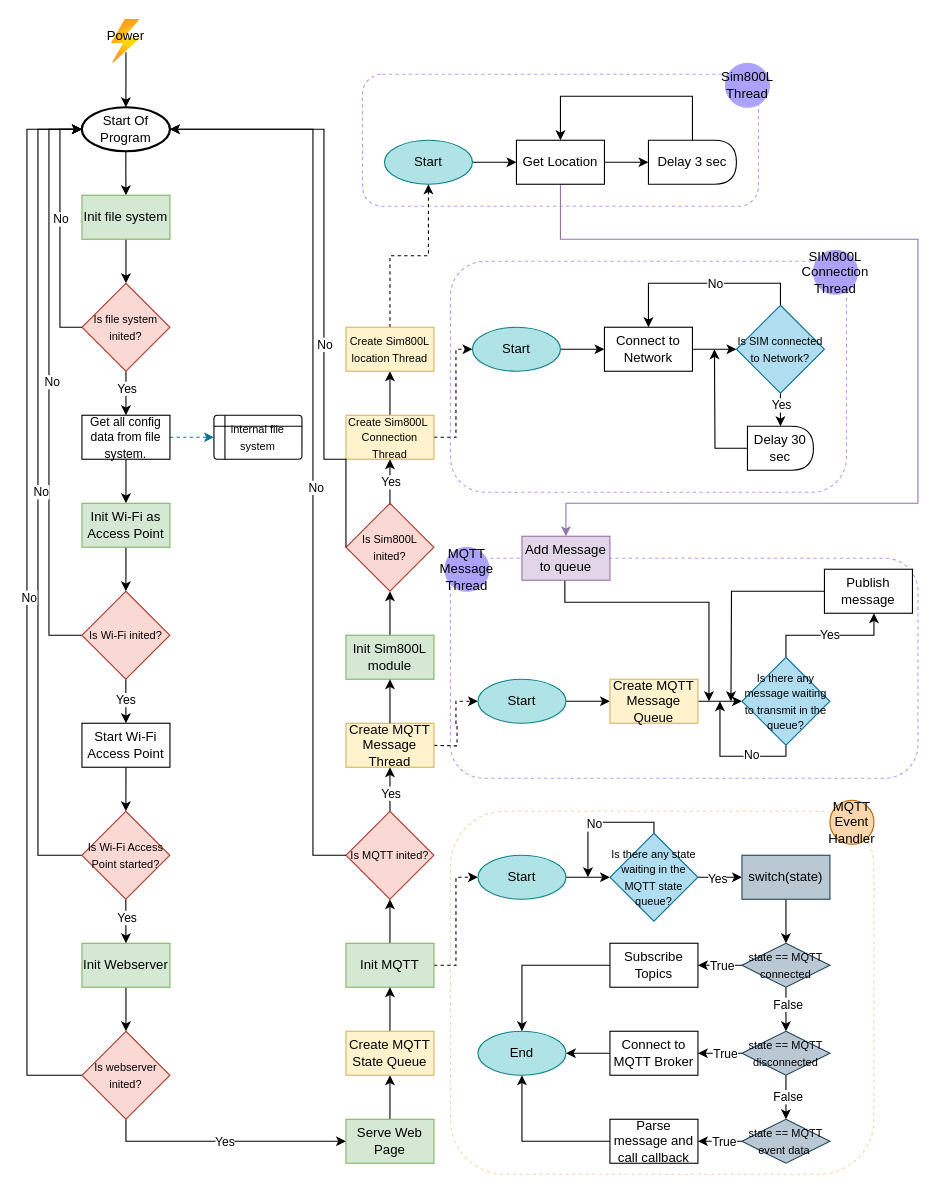
Earlier version of the draw.io diagram embedded_app/docs/car_trackin_embedded.drawio (Mona-Roza/car_tracking). Source tidied: cells renumbered, new cells numbered last; positions are measured from the earlier drawing's top-left corner, leaving out a move shared by most shapes. Both pictures are drawn from the tidied source at 110%, with x=0, y=0 at pixel (26, 19).
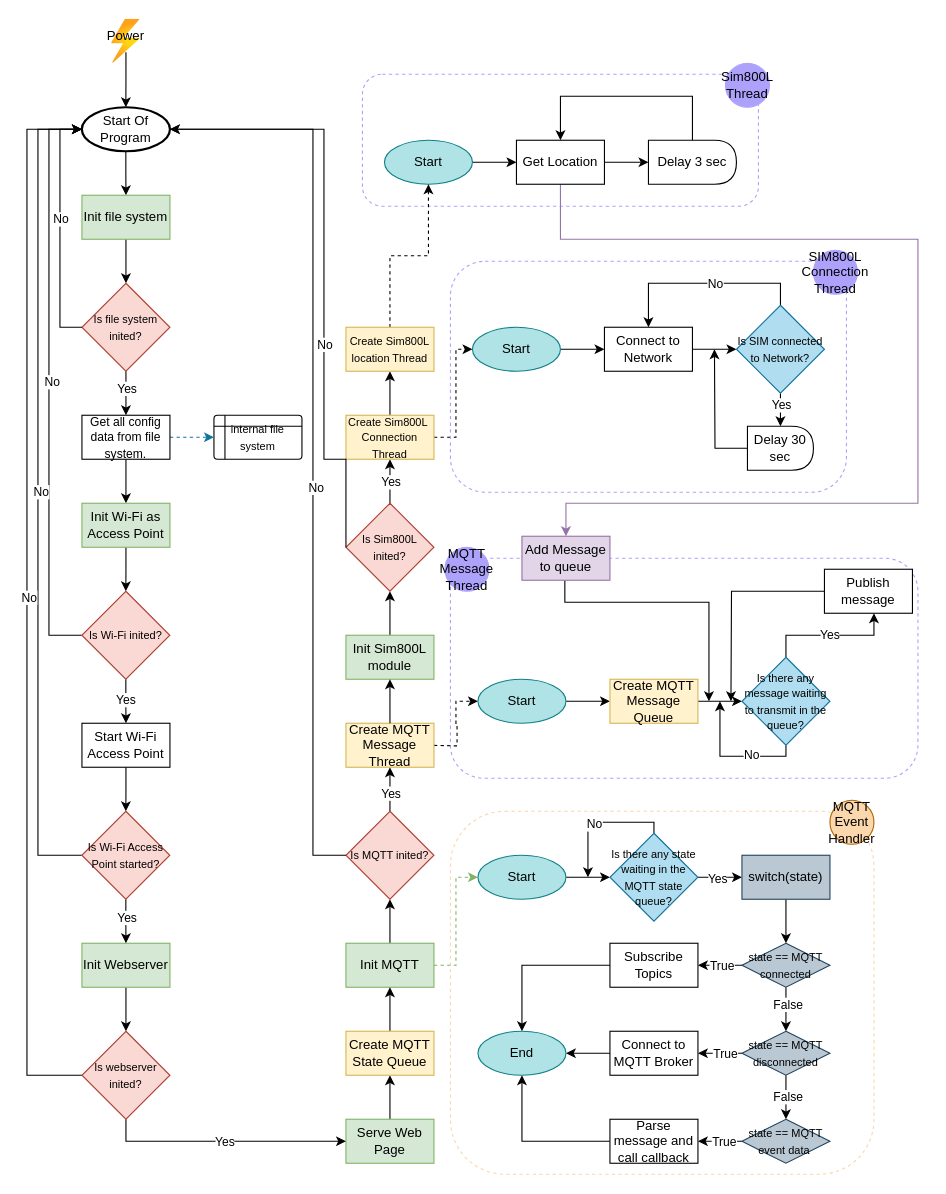
Above is the later version.

Unchanged cells that the change refers to:
```xml
<mxCell id="26" value="Init MQTT" style="rounded=0;whiteSpace=wrap;html=1;fillColor=#d5e8d4;strokeColor=#82b366;" parent="1" vertex="1">
  <mxGeometry x="290" y="840" width="80" height="40" as="geometry" />
</mxCell>
<mxCell id="107" value="Start" style="ellipse;whiteSpace=wrap;html=1;fillColor=#b0e3e6;strokeColor=#0e8088;" parent="1" vertex="1">
  <mxGeometry x="410" y="760" width="80" height="40" as="geometry" />
</mxCell>
```

Diff of the diagram source:
```diff
@@
-    <mxCell id="25" style="edgeStyle=orthogonalEdgeStyle;rounded=0;jettySize=auto;html=1;exitX=1;exitY=0.5;exitDx=0;exitDy=0;entryX=0;entryY=0.5;entryDx=0;entryDy=0;dashed=1;" parent="1" edge="1" source="26" target="107">
+    <mxCell id="25" style="edgeStyle=orthogonalEdgeStyle;rounded=0;jettySize=auto;html=1;exitX=1;exitY=0.5;exitDx=0;exitDy=0;entryX=0;entryY=0.5;entryDx=0;entryDy=0;dashed=1;fillColor=#d5e8d4;strokeColor=#82b366;" parent="1" edge="1" source="26" target="107">
       <mxGeometry relative="1" as="geometry" />
     </mxCell>
```
